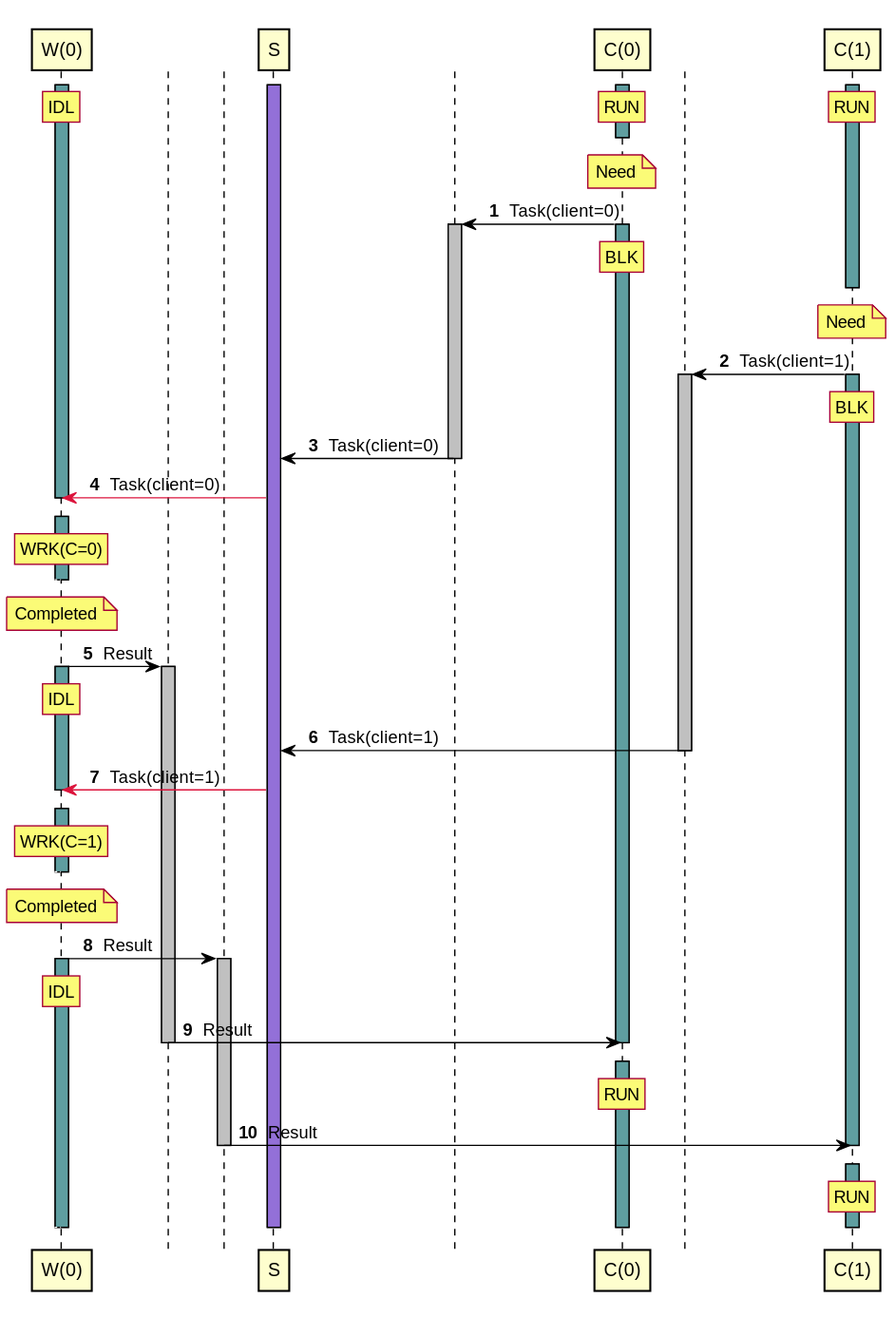
The PlantUML diagram tests/expected/example_simple/test_2_1_sequence.svg in orenbenkiki/total-space, before a commit. The source it was exported from:
```plantuml
@startuml
autonumber " <b>#</b> "
skinparam shadowing false
skinparam sequence {
ArrowColor Black
ActorBorderColor Black
LifeLineBorderColor Black
LifeLineBackgroundColor Black
ParticipantBorderColor Black
}
skinparam ControlBorderColor White
skinparam ControlBackgroundColor White
participant "W(0)" as A0 order 10100
activate A0 #CadetBlue
participant "S" as A1 order 110200
activate A1 #MediumPurple
participant "C(0)" as A2 order 210300
activate A2 #CadetBlue
participant "C(1)" as A3 order 220400
activate A3 #CadetBlue
rnote over A0 : IDL
/ rnote over A2 : RUN
/ rnote over A3 : RUN
autonumber stop
[<[#White]-- A0
autonumber resume
deactivate A2
note over A2 : Need
control " " as T0 order 210299
A2 -> T0 : Task(client=0)
activate T0 #Silver
activate A2 #CadetBlue
rnote over A2 : BLK
autonumber stop
[<[#White]-- A0
autonumber resume
deactivate A3
note over A3 : Need
control " " as T1 order 220399
A3 -> T1 : Task(client=1)
activate T1 #Silver
activate A3 #CadetBlue
rnote over A3 : BLK
T0 -> A1 : Task(client=0)
deactivate T0
A1 -[#Crimson]> A0 : Task(client=0)
deactivate A0
autonumber stop
[<[#White]-- A0
autonumber resume
activate A0 #CadetBlue
rnote over A0 : WRK(C=0)
autonumber stop
[<[#White]-- A0
autonumber resume
deactivate A0
note over A0 : Completed
control " " as T2 order 10101
A0 -> T2 : Result
activate T2 #Silver
activate A0 #CadetBlue
rnote over A0 : IDL
T1 -> A1 : Task(client=1)
deactivate T1
A1 -[#Crimson]> A0 : Task(client=1)
deactivate A0
autonumber stop
[<[#White]-- A0
autonumber resume
activate A0 #CadetBlue
rnote over A0 : WRK(C=1)
autonumber stop
[<[#White]-- A0
autonumber resume
deactivate A0
note over A0 : Completed
control " " as T3 order 10102
A0 -> T3 : Result
activate T3 #Silver
activate A0 #CadetBlue
rnote over A0 : IDL
T2 -> A2 : Result
deactivate T2
deactivate A2
autonumber stop
[<[#White]-- A0
autonumber resume
activate A2 #CadetBlue
rnote over A2 : RUN
T3 -> A3 : Result
deactivate T3
deactivate A3
autonumber stop
[<[#White]-- A0
autonumber resume
activate A3 #CadetBlue
rnote over A3 : RUN
autonumber stop
[<[#White]-- A0
autonumber resume
deactivate A0
deactivate A1
deactivate A2
deactivate A3
@enduml
```
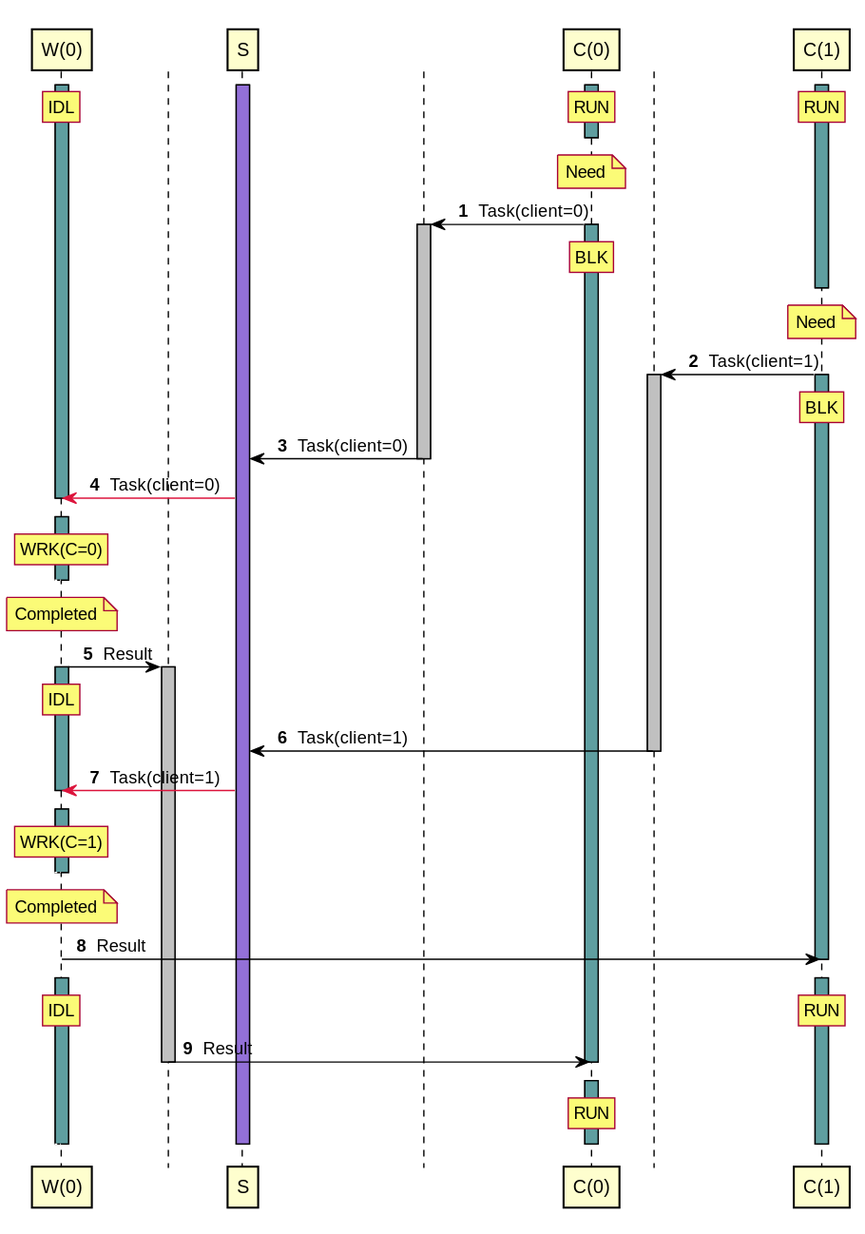
After the change.

Commit message:
Further fix sequence diagrams. Hopefully.

What changed in the source:
```diff
@@ -74,11 +74,15 @@
 autonumber resume
 deactivate A0
 note over A0 : Completed
-control " " as T3 order 10102
-A0 -> T3 : Result
-activate T3 #Silver
+A0 -> A3 : Result
+deactivate A3
+autonumber stop
+[<[#White]-- A0
+autonumber resume
 activate A0 #CadetBlue
+activate A3 #CadetBlue
 rnote over A0 : IDL
+/ rnote over A3 : RUN
 T2 -> A2 : Result
 deactivate T2
 deactivate A2
@@ -87,14 +91,6 @@
 autonumber resume
 activate A2 #CadetBlue
 rnote over A2 : RUN
-T3 -> A3 : Result
-deactivate T3
-deactivate A3
-autonumber stop
-[<[#White]-- A0
-autonumber resume
-activate A3 #CadetBlue
-rnote over A3 : RUN
 autonumber stop
 [<[#White]-- A0
 autonumber resume
```
